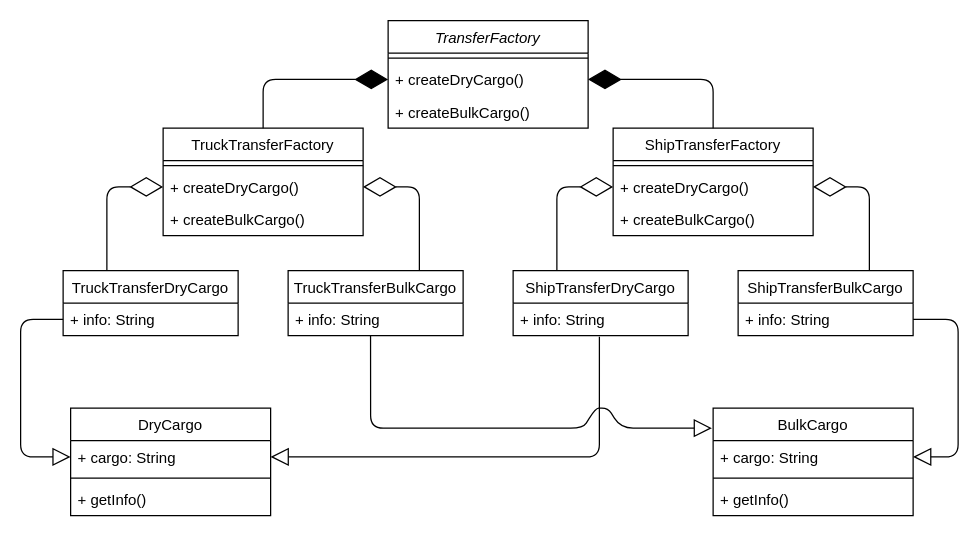
Earlier version of the draw.io diagram page "AbstractFactory" (5 of 20) of UML Diagrams.drawio (victor2996/Patterns). Source tidied: cells renumbered, new cells numbered last; positions are measured from the earlier drawing's top-left corner, leaving out a move shared by most shapes. Both pictures are drawn from the tidied source at 125%, with x=0, y=0 at pixel (20, 20).
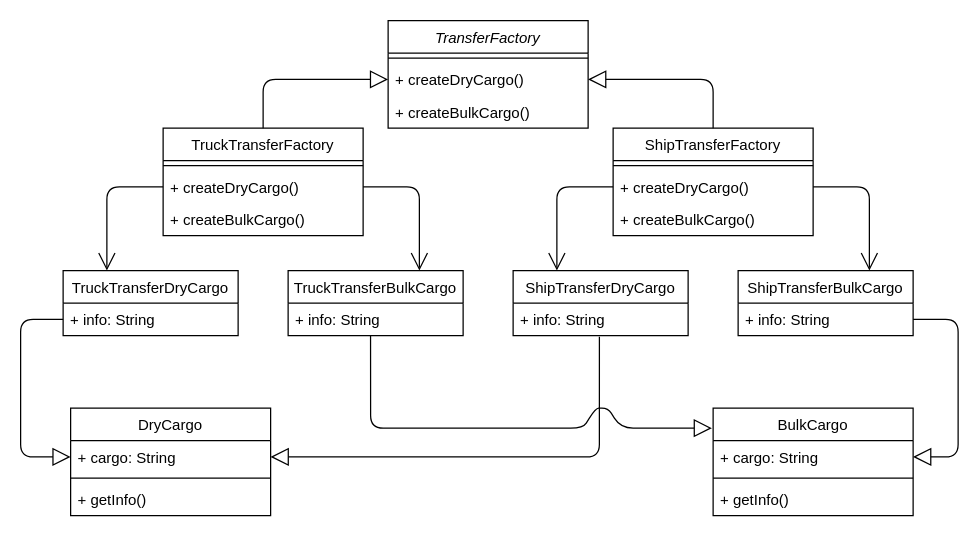
After the change.

The change refers to these unchanged cells:
```xml
<mxCell id="10" value="ShipTransferDryCargo" style="swimlane;fontStyle=0;horizontal=1;startSize=26;fillColor=none;" parent="1" vertex="1">
  <mxGeometry x="394" y="200" width="140" height="52" as="geometry" />
</mxCell>
<mxCell id="12" value="TruckTransferBulkCargo" style="swimlane;fontStyle=0;horizontal=1;startSize=26;fillColor=none;" parent="1" vertex="1">
  <mxGeometry x="214" y="200" width="140" height="52" as="geometry" />
</mxCell>
<mxCell id="14" value="ShipTransferBulkCargo" style="swimlane;fontStyle=0;horizontal=1;startSize=26;fillColor=none;" parent="1" vertex="1">
  <mxGeometry x="574" y="200" width="140" height="52" as="geometry" />
</mxCell>
<mxCell id="16" value="TruckTransferDryCargo" style="swimlane;fontStyle=0;horizontal=1;startSize=26;fillColor=none;" parent="1" vertex="1">
  <mxGeometry x="34" y="200" width="140" height="52" as="geometry" />
</mxCell>
<mxCell id="20" value="+ createDryCargo()&#10;&#10;" style="text;strokeColor=none;fillColor=none;align=left;verticalAlign=top;spacingLeft=4;spacingRight=4;overflow=hidden;points=[[0,0.5],[1,0.5]];portConstraint=eastwest;" parent="18" vertex="1">
  <mxGeometry y="34" width="160" height="26" as="geometry" />
</mxCell>
<mxCell id="22" value="TruckTransferFactory" style="swimlane;fontStyle=0;align=center;verticalAlign=top;horizontal=1;startSize=26;" parent="1" vertex="1">
  <mxGeometry x="114" y="86" width="160" height="86" as="geometry" />
</mxCell>
<mxCell id="24" value="+ createDryCargo()&#10;&#10;" style="text;strokeColor=none;fillColor=none;align=left;verticalAlign=top;spacingLeft=4;spacingRight=4;overflow=hidden;points=[[0,0.5],[1,0.5]];portConstraint=eastwest;" parent="22" vertex="1">
  <mxGeometry y="34" width="160" height="26" as="geometry" />
</mxCell>
<mxCell id="26" value="ShipTransferFactory" style="swimlane;fontStyle=0;align=center;verticalAlign=top;horizontal=1;startSize=26;" parent="1" vertex="1">
  <mxGeometry x="474" y="86" width="160" height="86" as="geometry" />
</mxCell>
<mxCell id="28" value="+ createDryCargo()&#10;&#10;" style="text;strokeColor=none;fillColor=none;align=left;verticalAlign=top;spacingLeft=4;spacingRight=4;overflow=hidden;points=[[0,0.5],[1,0.5]];portConstraint=eastwest;" parent="26" vertex="1">
  <mxGeometry y="34" width="160" height="26" as="geometry" />
</mxCell>
```

The edit, as a diff of the source:
```diff
@@
-    <mxCell id="30" style="endArrow=diamondThin;endFill=1;endSize=24;html=1;exitX=0.5;exitY=0;exitDx=0;exitDy=0;edgeStyle=orthogonalEdgeStyle;elbow=vertical;entryX=0;entryY=0.5;entryDx=0;entryDy=0;" parent="1" edge="1" source="22" target="20">
+    <mxCell id="30" style="endArrow=block;endFill=0;endSize=12;html=1;exitX=0.5;exitY=0;exitDx=0;exitDy=0;edgeStyle=orthogonalEdgeStyle;elbow=vertical;entryX=0;entryY=0.5;entryDx=0;entryDy=0;startArrow=none;startFill=0;startSize=12;" parent="1" edge="1" source="22" target="20">
       <mxGeometry relative="1" as="geometry" />
     </mxCell>
-    <mxCell id="31" style="endArrow=diamondThin;endFill=1;endSize=24;html=1;exitX=0.5;exitY=0;exitDx=0;exitDy=0;entryX=1;entryY=0.5;entryDx=0;entryDy=0;edgeStyle=orthogonalEdgeStyle;" parent="1" edge="1" source="26" target="20">
+    <mxCell id="31" style="endArrow=block;endFill=0;endSize=12;html=1;exitX=0.5;exitY=0;exitDx=0;exitDy=0;entryX=1;entryY=0.5;entryDx=0;entryDy=0;edgeStyle=orthogonalEdgeStyle;" parent="1" edge="1" source="26" target="20">
       <mxGeometry relative="1" as="geometry" />
     </mxCell>
-    <mxCell id="32" style="endArrow=diamondThin;endFill=0;endSize=24;html=1;exitX=0.75;exitY=0;exitDx=0;exitDy=0;entryX=1;entryY=0.5;entryDx=0;entryDy=0;edgeStyle=orthogonalEdgeStyle;" parent="1" edge="1" source="12" target="24">
+    <mxCell id="32" style="endArrow=none;endFill=0;endSize=24;html=1;exitX=0.75;exitY=0;exitDx=0;exitDy=0;entryX=1;entryY=0.5;entryDx=0;entryDy=0;edgeStyle=orthogonalEdgeStyle;startArrow=open;startFill=0;startSize=12;" parent="1" edge="1" source="12" target="24">
       <mxGeometry relative="1" as="geometry">
         <Array as="points">
           <mxPoint x="319" y="133" />
         </Array>
       </mxGeometry>
     </mxCell>
-    <mxCell id="33" style="endArrow=diamondThin;endFill=0;endSize=24;html=1;exitX=0.25;exitY=0;exitDx=0;exitDy=0;entryX=0;entryY=0.5;entryDx=0;entryDy=0;edgeStyle=orthogonalEdgeStyle;" parent="1" edge="1" source="16" target="24">
+    <mxCell id="33" style="endArrow=none;endFill=0;endSize=24;html=1;exitX=0.25;exitY=0;exitDx=0;exitDy=0;entryX=0;entryY=0.5;entryDx=0;entryDy=0;edgeStyle=orthogonalEdgeStyle;startArrow=open;startFill=0;startSize=12;" parent="1" edge="1" source="16" target="24">
       <mxGeometry relative="1" as="geometry" />
     </mxCell>
-    <mxCell id="34" style="endArrow=diamondThin;endFill=0;endSize=24;html=1;exitX=0.25;exitY=0;exitDx=0;exitDy=0;entryX=0;entryY=0.5;entryDx=0;entryDy=0;edgeStyle=orthogonalEdgeStyle;" parent="1" edge="1" source="10" target="28">
+    <mxCell id="34" style="endArrow=none;endFill=0;endSize=24;html=1;exitX=0.25;exitY=0;exitDx=0;exitDy=0;entryX=0;entryY=0.5;entryDx=0;entryDy=0;edgeStyle=orthogonalEdgeStyle;startArrow=open;startFill=0;startSize=12;" parent="1" edge="1" source="10" target="28">
       <mxGeometry relative="1" as="geometry" />
     </mxCell>
-    <mxCell id="35" style="endArrow=diamondThin;endFill=0;endSize=24;html=1;exitX=0.75;exitY=0;exitDx=0;exitDy=0;entryX=1;entryY=0.5;entryDx=0;entryDy=0;edgeStyle=orthogonalEdgeStyle;" parent="1" edge="1" source="14" target="28">
+    <mxCell id="35" style="endArrow=none;endFill=0;endSize=24;html=1;exitX=0.75;exitY=0;exitDx=0;exitDy=0;entryX=1;entryY=0.5;entryDx=0;entryDy=0;edgeStyle=orthogonalEdgeStyle;startArrow=open;startFill=0;startSize=12;" parent="1" edge="1" source="14" target="28">
       <mxGeometry relative="1" as="geometry" />
     </mxCell>
```
